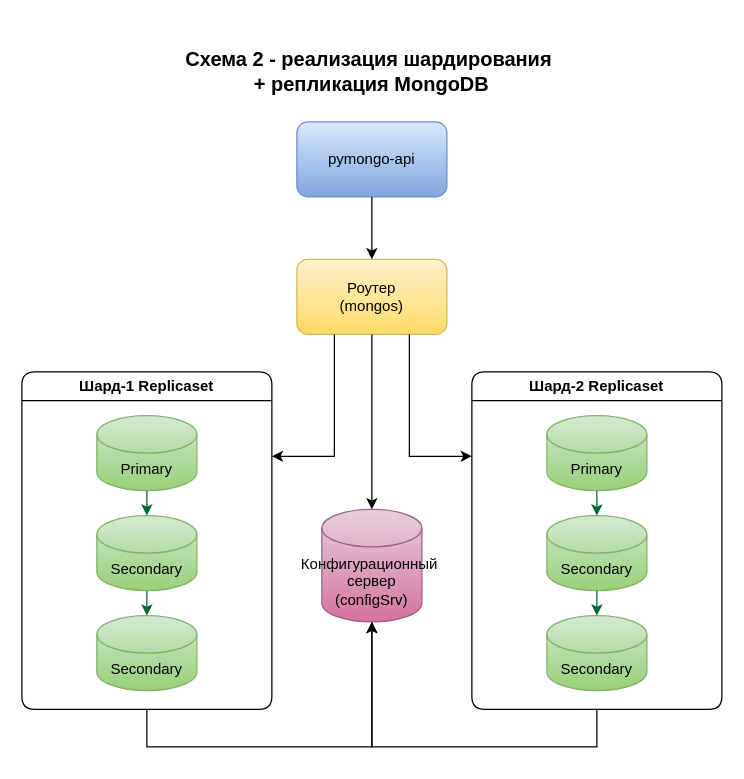
Above: schemas/schema-v2-replication.drawio in megalosandros/architecture-black_friday (draw.io), before the change. Source tidied: cells renumbered, new cells numbered last; positions are measured from the earlier drawing's top-left corner, leaving out a move shared by most shapes. Both pictures are drawn from the tidied source at 125%, with x=0, y=0 at pixel (21, 21).
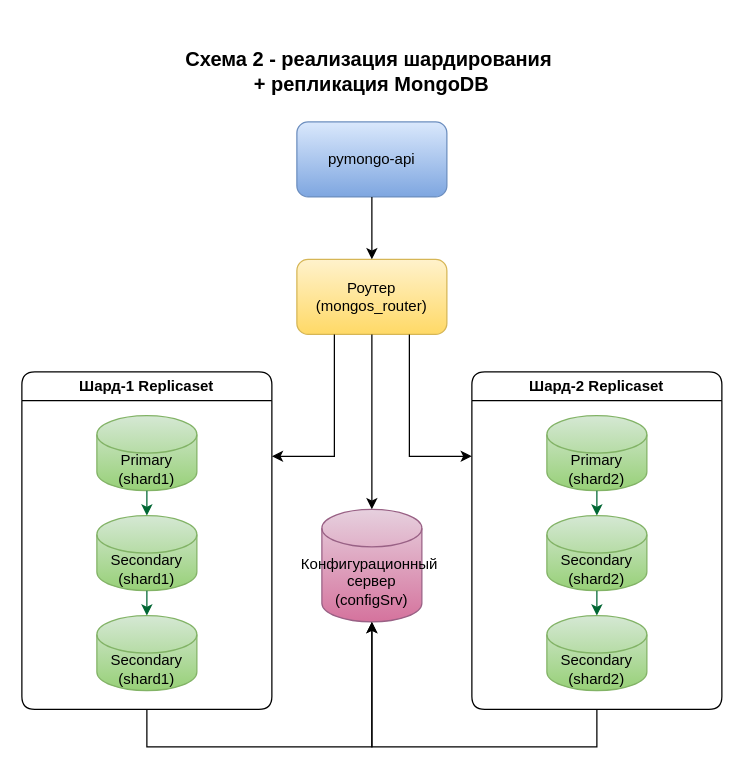
The same page after the edit.

The change refers to these unchanged cells:
```xml
<mxCell id="12" value="Шард-1 Replicaset" style="swimlane;whiteSpace=wrap;html=1;rounded=1;" parent="1" vertex="1">
  <mxGeometry y="280" width="200" height="270" as="geometry" />
</mxCell>
<mxCell id="18" value="Шард-2 Replicaset" style="swimlane;whiteSpace=wrap;html=1;rounded=1;" parent="1" vertex="1">
  <mxGeometry x="360" y="280" width="200" height="270" as="geometry" />
</mxCell>
```

Diff of the diagram source:
```diff
@@
-    <mxCell id="4" value="Роутер&lt;div&gt;(mongos)&lt;/div&gt;" style="rounded=1;whiteSpace=wrap;html=1;fillColor=#fff2cc;strokeColor=#d6b656;gradientColor=#ffd966;" parent="1" vertex="1">
+    <mxCell id="4" value="Роутер&lt;div&gt;(mongos_router)&lt;/div&gt;" style="rounded=1;whiteSpace=wrap;html=1;fillColor=#fff2cc;strokeColor=#d6b656;gradientColor=#ffd966;" parent="1" vertex="1">
       <mxGeometry x="220" y="190" width="120" height="60" as="geometry" />
     </mxCell>
@@
-    <mxCell id="13" value="Primary" style="shape=cylinder3;whiteSpace=wrap;html=1;boundedLbl=1;backgroundOutline=1;size=15;fillColor=#d5e8d4;strokeColor=#82b366;gradientColor=#97d077;" parent="12" vertex="1">
+    <mxCell id="13" value="Primary&lt;div&gt;(shard1)&lt;/div&gt;" style="shape=cylinder3;whiteSpace=wrap;html=1;boundedLbl=1;backgroundOutline=1;size=15;fillColor=#d5e8d4;strokeColor=#82b366;gradientColor=#97d077;" parent="12" vertex="1">
       <mxGeometry x="60" y="35" width="80" height="60" as="geometry" />
     </mxCell>
-    <mxCell id="14" value="Secondary" style="shape=cylinder3;whiteSpace=wrap;html=1;boundedLbl=1;backgroundOutline=1;size=15;fillColor=#d5e8d4;strokeColor=#82b366;gradientColor=#97d077;" parent="12" vertex="1">
+    <mxCell id="14" value="Secondary&lt;div&gt;(shard1)&lt;/div&gt;" style="shape=cylinder3;whiteSpace=wrap;html=1;boundedLbl=1;backgroundOutline=1;size=15;fillColor=#d5e8d4;strokeColor=#82b366;gradientColor=#97d077;" parent="12" vertex="1">
       <mxGeometry x="60" y="115" width="80" height="60" as="geometry" />
     </mxCell>
-    <mxCell id="15" value="Secondary" style="shape=cylinder3;whiteSpace=wrap;html=1;boundedLbl=1;backgroundOutline=1;size=15;fillColor=#d5e8d4;strokeColor=#82b366;gradientColor=#97d077;" parent="12" vertex="1">
+    <mxCell id="15" value="Secondary&lt;div&gt;(shard1)&lt;/div&gt;" style="shape=cylinder3;whiteSpace=wrap;html=1;boundedLbl=1;backgroundOutline=1;size=15;fillColor=#d5e8d4;strokeColor=#82b366;gradientColor=#97d077;" parent="12" vertex="1">
       <mxGeometry x="60" y="195" width="80" height="60" as="geometry" />
     </mxCell>
@@
-    <mxCell id="19" value="Primary" style="shape=cylinder3;whiteSpace=wrap;html=1;boundedLbl=1;backgroundOutline=1;size=15;fillColor=#d5e8d4;strokeColor=#82b366;gradientColor=#97d077;" parent="18" vertex="1">
+    <mxCell id="19" value="Primary&lt;div&gt;(shard2)&lt;/div&gt;" style="shape=cylinder3;whiteSpace=wrap;html=1;boundedLbl=1;backgroundOutline=1;size=15;fillColor=#d5e8d4;strokeColor=#82b366;gradientColor=#97d077;" parent="18" vertex="1">
       <mxGeometry x="60" y="35" width="80" height="60" as="geometry" />
     </mxCell>
-    <mxCell id="20" value="Secondary" style="shape=cylinder3;whiteSpace=wrap;html=1;boundedLbl=1;backgroundOutline=1;size=15;fillColor=#d5e8d4;strokeColor=#82b366;gradientColor=#97d077;" parent="18" vertex="1">
+    <mxCell id="20" value="Secondary&lt;div&gt;(shard2)&lt;/div&gt;" style="shape=cylinder3;whiteSpace=wrap;html=1;boundedLbl=1;backgroundOutline=1;size=15;fillColor=#d5e8d4;strokeColor=#82b366;gradientColor=#97d077;" parent="18" vertex="1">
       <mxGeometry x="60" y="115" width="80" height="60" as="geometry" />
     </mxCell>
-    <mxCell id="21" value="Secondary" style="shape=cylinder3;whiteSpace=wrap;html=1;boundedLbl=1;backgroundOutline=1;size=15;fillColor=#d5e8d4;strokeColor=#82b366;gradientColor=#97d077;" parent="18" vertex="1">
+    <mxCell id="21" value="Secondary&lt;div&gt;(shard2)&lt;/div&gt;" style="shape=cylinder3;whiteSpace=wrap;html=1;boundedLbl=1;backgroundOutline=1;size=15;fillColor=#d5e8d4;strokeColor=#82b366;gradientColor=#97d077;" parent="18" vertex="1">
       <mxGeometry x="60" y="195" width="80" height="60" as="geometry" />
     </mxCell>
```
